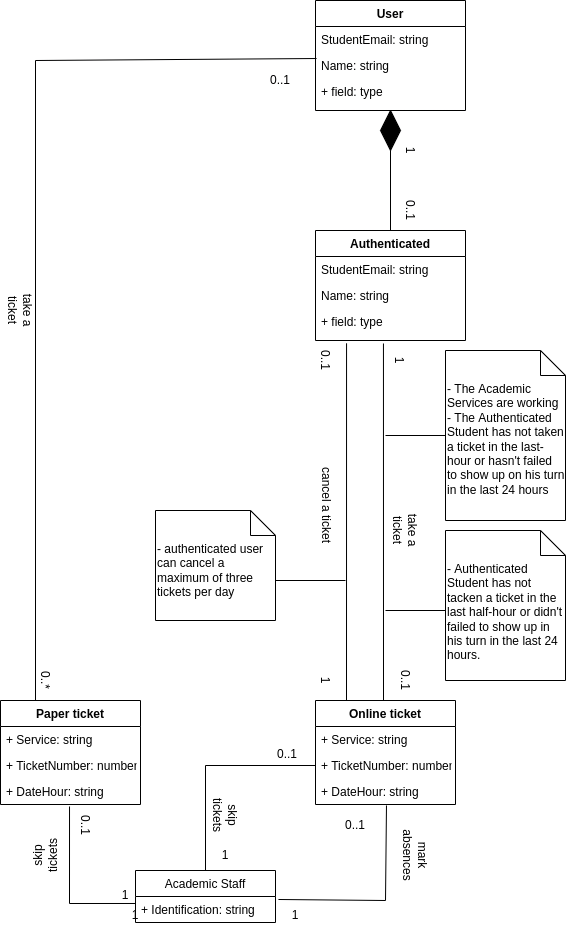
The draw.io diagram images/Domain_Model.png in HenriqueNPinho/FEUP-ESOF, before a commit. Source tidied: cells renumbered, new cells last; positions are measured from the earlier drawing's top-left corner, leaving out a move shared by most shapes.
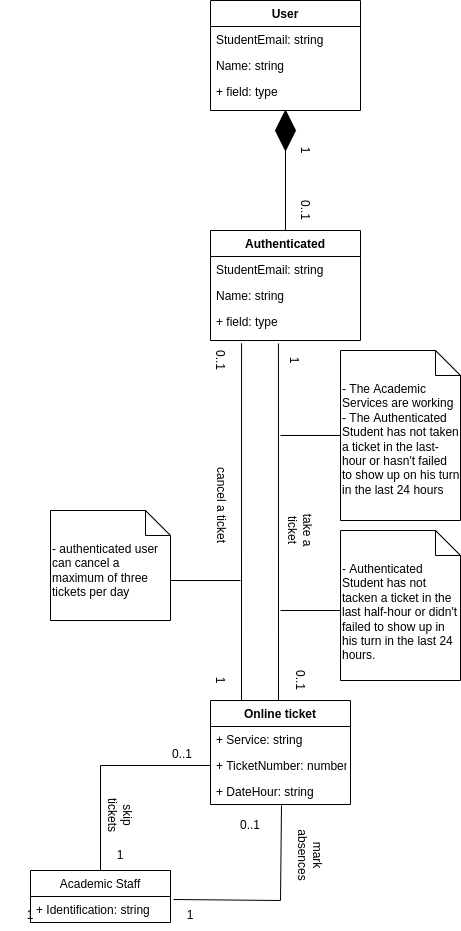
The same file after the commit.

What changed in the source:
```diff
@@ -14,18 +14,6 @@
     <mxCell id="5" value="+ field: type" style="text;strokeColor=none;fillColor=none;align=left;verticalAlign=top;spacingLeft=4;spacingRight=4;overflow=hidden;" parent="2" vertex="1">
       <mxGeometry y="78" width="150" height="32" as="geometry" />
     </mxCell>
-    <mxCell id="6" value="Paper ticket" style="swimlane;fontStyle=1;horizontal=1;startSize=26;fillColor=none;" parent="1" vertex="1">
-      <mxGeometry y="700" width="140" height="104" as="geometry" />
-    </mxCell>
-    <mxCell id="7" value="+ Service: string" style="text;strokeColor=none;fillColor=none;align=left;verticalAlign=top;spacingLeft=4;spacingRight=4;overflow=hidden;" parent="6" vertex="1">
-      <mxGeometry y="26" width="140" height="26" as="geometry" />
-    </mxCell>
-    <mxCell id="8" value="+ TicketNumber: number" style="text;strokeColor=none;fillColor=none;align=left;verticalAlign=top;spacingLeft=4;spacingRight=4;overflow=hidden;" parent="6" vertex="1">
-      <mxGeometry y="52" width="140" height="26" as="geometry" />
-    </mxCell>
-    <mxCell id="9" value="+ DateHour: string" style="text;strokeColor=none;fillColor=none;align=left;verticalAlign=top;spacingLeft=4;spacingRight=4;overflow=hidden;points=[[0,0.5],[1,0.5]];portConstraint=eastwest;" parent="6" vertex="1">
-      <mxGeometry y="78" width="140" height="26" as="geometry" />
-    </mxCell>
     <mxCell id="10" value="Online ticket" style="swimlane;fontStyle=1;horizontal=1;startSize=26;fillColor=none;" parent="1" vertex="1">
       <mxGeometry x="315" y="700" width="140" height="104" as="geometry" />
     </mxCell>
@@ -38,13 +26,6 @@
     <mxCell id="13" value="+ DateHour: string" style="text;strokeColor=none;fillColor=none;align=left;verticalAlign=top;spacingLeft=4;spacingRight=4;overflow=hidden;points=[[0,0.5],[1,0.5]];portConstraint=eastwest;" parent="10" vertex="1">
       <mxGeometry y="78" width="140" height="26" as="geometry" />
     </mxCell>
-    <mxCell id="14" style="endArrow=none;html=1;rounded=0;entryX=0.25;entryY=0;entryDx=0;entryDy=0;exitX=0.007;exitY=0.231;exitDx=0;exitDy=0;exitPerimeter=0;" parent="1" edge="1" source="4" target="6">
-      <mxGeometry relative="1" as="geometry">
-        <Array as="points">
-          <mxPoint x="35" y="60" />
-        </Array>
-      </mxGeometry>
-    </mxCell>
     <mxCell id="15" value="0..1" style="text;html=1;strokeColor=none;fillColor=none;align=center;verticalAlign=middle;whiteSpace=wrap;rounded=0;rotation=90;" parent="1" vertex="1">
       <mxGeometry x="380" y="670" width="50" height="20" as="geometry" />
     </mxCell>
@@ -53,15 +34,9 @@
         <mxPoint x="383" y="700" as="targetPoint" />
       </mxGeometry>
     </mxCell>
-    <mxCell id="17" value="0..*" style="text;html=1;strokeColor=none;fillColor=none;align=center;verticalAlign=middle;whiteSpace=wrap;rounded=0;rotation=90;" parent="1" vertex="1">
-      <mxGeometry x="25" y="670" width="40" height="20" as="geometry" />
-    </mxCell>
     <mxCell id="18" value="1" style="text;html=1;strokeColor=none;fillColor=none;align=center;verticalAlign=middle;whiteSpace=wrap;rounded=0;rotation=90;" parent="1" vertex="1">
       <mxGeometry x="379" y="350" width="40" height="20" as="geometry" />
     </mxCell>
-    <mxCell id="19" value="0..1" style="text;html=1;strokeColor=none;fillColor=none;align=center;verticalAlign=middle;whiteSpace=wrap;rounded=0;rotation=0;" parent="1" vertex="1">
-      <mxGeometry x="255" y="70" width="50" height="20" as="geometry" />
-    </mxCell>
     <mxCell id="20" value="Academic Staff" style="swimlane;fontStyle=0;horizontal=1;startSize=26;fillColor=none;" parent="1" vertex="1">
       <mxGeometry x="135" y="870" width="140" height="52" as="geometry" />
     </mxCell>
@@ -98,9 +73,6 @@
     <mxCell id="31" value="cancel a ticket" style="text;whiteSpace=wrap;html=1;rotation=90;" parent="1" vertex="1">
       <mxGeometry x="275" y="500" width="100" height="30" as="geometry" />
     </mxCell>
-    <mxCell id="32" value="take a ticket" style="text;html=1;strokeColor=none;fillColor=none;align=center;verticalAlign=middle;whiteSpace=wrap;rounded=0;rotation=90;" parent="1" vertex="1">
-      <mxGeometry y="300" width="40" height="20" as="geometry" />
-    </mxCell>
     <mxCell id="33" value="- authenticated user can cancel a maximum of three tickets per day&lt;br&gt;" style="shape=note2;boundedLbl=1;whiteSpace=wrap;html=1;size=25;verticalAlign=top;align=left;" parent="1" vertex="1">
       <mxGeometry x="155" y="510" width="120" height="110" as="geometry" />
     </mxCell>
@@ -138,13 +110,6 @@
         <mxPoint x="385" y="435" as="targetPoint" />
       </mxGeometry>
     </mxCell>
-    <mxCell id="42" style="endArrow=none;html=1;rounded=0;exitX=0;exitY=0.269;exitDx=0;exitDy=0;exitPerimeter=0;entryX=0.493;entryY=1.077;entryDx=0;entryDy=0;entryPerimeter=0;" parent="1" edge="1" source="21" target="9">
-      <mxGeometry relative="1" as="geometry">
-        <Array as="points">
-          <mxPoint x="69" y="903" />
-        </Array>
-      </mxGeometry>
-    </mxCell>
     <mxCell id="43" style="endArrow=none;html=1;rounded=0;exitX=1.021;exitY=0.115;exitDx=0;exitDy=0;exitPerimeter=0;entryX=0.507;entryY=1.038;entryDx=0;entryDy=0;entryPerimeter=0;" parent="1" edge="1" source="21" target="13">
       <mxGeometry relative="1" as="geometry">
         <Array as="points">
@@ -164,12 +129,6 @@
     <mxCell id="47" value="1" style="text;html=1;strokeColor=none;fillColor=none;align=center;verticalAlign=middle;whiteSpace=wrap;rounded=0;" parent="1" vertex="1">
       <mxGeometry x="105" y="900" width="60" height="30" as="geometry" />
     </mxCell>
-    <mxCell id="48" value="0..1" style="text;html=1;strokeColor=none;fillColor=none;align=center;verticalAlign=middle;whiteSpace=wrap;rounded=0;rotation=90;" parent="1" vertex="1">
-      <mxGeometry x="55" y="810" width="60" height="30" as="geometry" />
-    </mxCell>
-    <mxCell id="49" value="skip tickets" style="text;html=1;strokeColor=none;fillColor=none;align=center;verticalAlign=middle;whiteSpace=wrap;rounded=0;rotation=-90;" parent="1" vertex="1">
-      <mxGeometry x="15" y="840" width="60" height="30" as="geometry" />
-    </mxCell>
     <mxCell id="50" value="skip tickets" style="text;html=1;strokeColor=none;fillColor=none;align=center;verticalAlign=middle;whiteSpace=wrap;rounded=0;rotation=90;" parent="1" vertex="1">
       <mxGeometry x="195" y="800" width="60" height="30" as="geometry" />
     </mxCell>
@@ -186,8 +145,5 @@
     <mxCell id="53" value="1" style="text;html=1;strokeColor=none;fillColor=none;align=center;verticalAlign=middle;whiteSpace=wrap;rounded=0;" parent="1" vertex="1">
       <mxGeometry x="195" y="840" width="60" height="30" as="geometry" />
     </mxCell>
-    <mxCell id="54" value="1" style="text;html=1;strokeColor=none;fillColor=none;align=center;verticalAlign=middle;whiteSpace=wrap;rounded=0;" parent="1" vertex="1">
-      <mxGeometry x="95" y="880" width="60" height="30" as="geometry" />
-    </mxCell>
   </root>
 </mxGraphModel>
```
